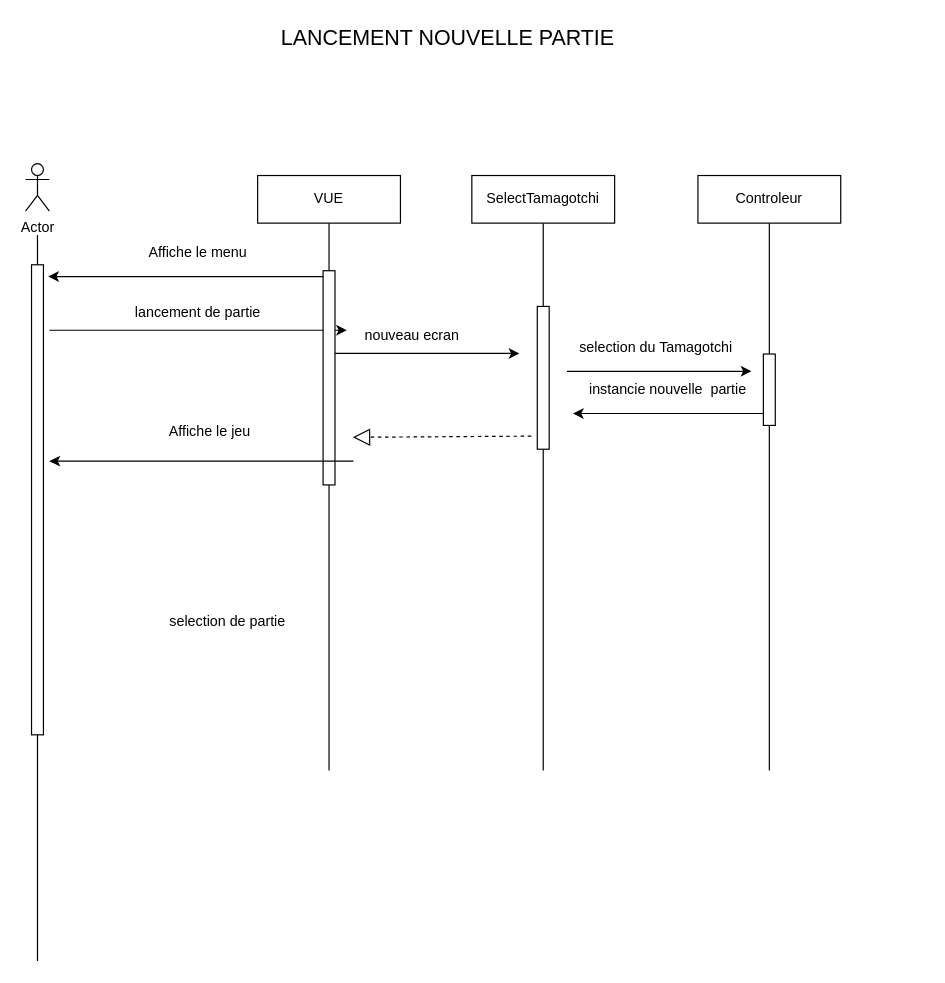
The draw.io diagram page "Page-1" (1 of 3) of DiagrammeSequence.drawio in BMaurice56/Tamagotchi, before the edit. Source tidied: cells renumbered, new cells numbered last; positions are measured from the earlier drawing's top-left corner, leaving out a move shared by most shapes. Both pictures are drawn from the tidied source at 119%, with x=0, y=0 at pixel (25, 20).
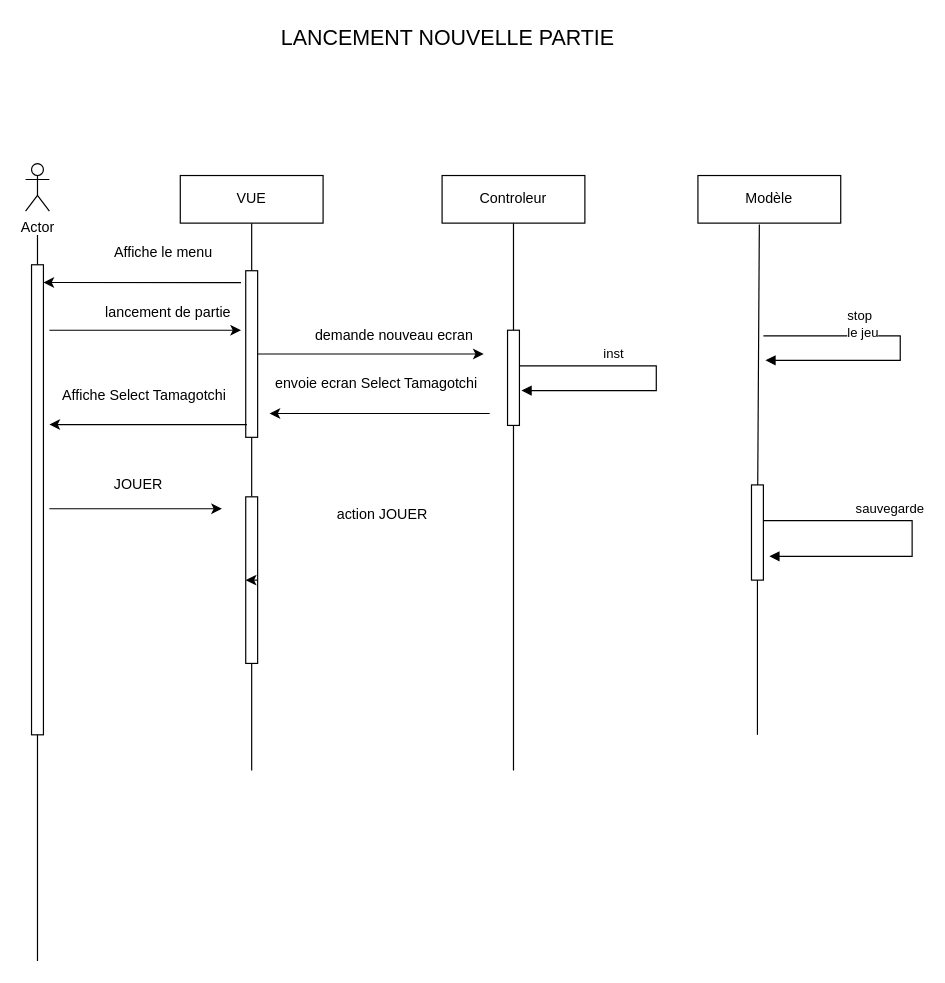
Above is the later version.

Commit message:
Mettre à jour DiagrammeSequence.drawio

The change refers to these unchanged cells:
```xml
<mxCell id="14" style="rounded=0;whiteSpace=wrap;html=1;" parent="1" vertex="1">
  <mxGeometry x="5" y="205" width="10" height="395" as="geometry" />
</mxCell>
```

The edit, as a diff of the source:
```diff
@@
     <mxCell id="4" style="endArrow=none;html=1;rounded=0;" parent="1" edge="1" source="11">
       <mxGeometry relative="1" as="geometry">
-        <mxPoint x="255" y="170" as="targetPoint" />
+        <mxPoint x="190" y="170" as="targetPoint" />
       </mxGeometry>
     </mxCell>
     <mxCell id="5" value="VUE" style="rounded=0;whiteSpace=wrap;html=1;" parent="1" vertex="1">
-      <mxGeometry x="195" y="130" width="120" height="40" as="geometry" />
+      <mxGeometry x="130" y="130" width="120" height="40" as="geometry" />
     </mxCell>
-    <mxCell id="6" style="endArrow=classic;html=1;rounded=0;" parent="1" edge="1">
+    <mxCell id="6" style="endArrow=classic;html=1;rounded=0;entryX=0.907;entryY=1;entryDx=0;entryDy=0;entryPerimeter=0;" parent="1" edge="1" target="9">
       <mxGeometry relative="1" as="geometry">
         <mxPoint x="20" y="260" as="sourcePoint" />
-        <mxPoint x="270" y="260" as="targetPoint" />
       </mxGeometry>
     </mxCell>
-    <mxCell id="7" style="endArrow=classic;html=1;rounded=0;entryX=1.4;entryY=0.025;entryDx=0;entryDy=0;entryPerimeter=0;" parent="1" edge="1" target="14">
+    <mxCell id="7" style="endArrow=classic;html=1;rounded=0;entryX=1.4;entryY=0.025;entryDx=0;entryDy=0;entryPerimeter=0;" parent="1" edge="1">
       <mxGeometry relative="1" as="geometry">
-        <mxPoint x="260" y="215" as="sourcePoint" />
+        <mxPoint x="181" y="220" as="sourcePoint" />
+        <mxPoint x="15" y="219.9" as="targetPoint" />
       </mxGeometry>
     </mxCell>
     <mxCell id="8" value="&lt;div align=&quot;center&quot;&gt;Affiche le menu&lt;br&gt;&lt;/div&gt;" style="text;html=1;strokeColor=none;fillColor=none;align=center;verticalAlign=middle;whiteSpace=wrap;rounded=0;" parent="1" vertex="1">
-      <mxGeometry x="70" y="180" width="150" height="30" as="geometry" />
+      <mxGeometry x="41" y="180" width="150" height="30" as="geometry" />
     </mxCell>
     <mxCell id="9" value="lancement de partie" style="text;html=1;strokeColor=none;fillColor=none;align=center;verticalAlign=middle;whiteSpace=wrap;rounded=0;" parent="1" vertex="1">
-      <mxGeometry x="70" y="230" width="150" height="30" as="geometry" />
+      <mxGeometry x="45" y="230" width="150" height="30" as="geometry" />
     </mxCell>
-    <mxCell id="10" style="endArrow=none;html=1;rounded=0;" parent="1" edge="1" target="11">
-      <mxGeometry relative="1" as="geometry">
-        <mxPoint x="255" y="630" as="sourcePoint" />
-      </mxGeometry>
+    <mxCell id="10" style="endArrow=none;html=1;rounded=0;" parent="1" edge="1" source="45" target="11">
+      <mxGeometry relative="1" as="geometry" />
     </mxCell>
     <mxCell id="11" style="rounded=0;whiteSpace=wrap;html=1;" parent="1" vertex="1">
-      <mxGeometry x="250" y="210" width="10" height="180" as="geometry" />
+      <mxGeometry x="185" y="210" width="10" height="140" as="geometry" />
     </mxCell>
-    <mxCell id="12" value="&lt;div align=&quot;center&quot;&gt;selection de partie&lt;/div&gt;" style="text;html=1;strokeColor=none;fillColor=none;align=center;verticalAlign=middle;whiteSpace=wrap;rounded=0;" parent="1" vertex="1">
-      <mxGeometry x="90" y="490" width="160" height="30" as="geometry" />
-    </mxCell>
@@
-    <mxCell id="15" style="endArrow=none;html=1;rounded=0;" parent="1" edge="1" source="18">
-      <mxGeometry relative="1" as="geometry">
-        <mxPoint x="435" y="170" as="targetPoint" />
-      </mxGeometry>
-    </mxCell>
-    <mxCell id="16" value="SelectTamagotchi" style="rounded=0;whiteSpace=wrap;html=1;" parent="1" vertex="1">
-      <mxGeometry x="375" y="130" width="120" height="40" as="geometry" />
-    </mxCell>
-    <mxCell id="17" style="endArrow=none;html=1;rounded=0;" parent="1" edge="1" target="18">
-      <mxGeometry relative="1" as="geometry">
-        <mxPoint x="435" y="630" as="sourcePoint" />
-      </mxGeometry>
-    </mxCell>
-    <mxCell id="18" style="rounded=0;whiteSpace=wrap;html=1;" parent="1" vertex="1">
-      <mxGeometry x="430" y="240" width="10" height="120" as="geometry" />
-    </mxCell>
     <mxCell id="19" style="endArrow=none;html=1;rounded=0;" parent="1" edge="1" source="22">
       <mxGeometry relative="1" as="geometry">
-        <mxPoint x="625" y="170" as="targetPoint" />
+        <mxPoint x="410" y="170" as="targetPoint" />
       </mxGeometry>
     </mxCell>
     <mxCell id="20" value="Controleur" style="rounded=0;whiteSpace=wrap;html=1;" parent="1" vertex="1">
-      <mxGeometry x="565" y="130" width="120" height="40" as="geometry" />
+      <mxGeometry x="350" y="130" width="120" height="40" as="geometry" />
     </mxCell>
     <mxCell id="21" style="endArrow=none;html=1;rounded=0;" parent="1" edge="1" target="22">
       <mxGeometry relative="1" as="geometry">
-        <mxPoint x="625" y="630" as="sourcePoint" />
+        <mxPoint x="410" y="630" as="sourcePoint" />
       </mxGeometry>
     </mxCell>
     <mxCell id="22" style="rounded=0;whiteSpace=wrap;html=1;" parent="1" vertex="1">
-      <mxGeometry x="620" y="280" width="10" height="60" as="geometry" />
+      <mxGeometry x="405" y="260" width="10" height="80" as="geometry" />
     </mxCell>
@@
-    <mxCell id="24" style="endArrow=classic;html=1;rounded=0;" parent="1" edge="1">
-      <mxGeometry relative="1" as="geometry">
-        <mxPoint x="260" y="279.5" as="sourcePoint" />
-        <mxPoint x="415" y="279.5" as="targetPoint" />
-      </mxGeometry>
-    </mxCell>
-    <mxCell id="25" value="selection du Tamagotchi" style="text;html=1;strokeColor=none;fillColor=none;align=center;verticalAlign=middle;whiteSpace=wrap;rounded=0;" parent="1" vertex="1">
-      <mxGeometry x="455" y="260" width="150" height="30" as="geometry" />
+    <mxCell id="25" value="demande nouveau ecran" style="text;html=1;strokeColor=none;fillColor=none;align=center;verticalAlign=middle;whiteSpace=wrap;rounded=0;" parent="1" vertex="1">
+      <mxGeometry x="235" y="250" width="150" height="30" as="geometry" />
     </mxCell>
-    <mxCell id="26" style="endArrow=classic;html=1;rounded=0;" parent="1" edge="1">
+    <mxCell id="26" style="endArrow=classic;html=1;rounded=0;fontStyle=1;" parent="1" edge="1">
       <mxGeometry relative="1" as="geometry">
-        <mxPoint x="455" y="294.5" as="sourcePoint" />
-        <mxPoint x="610" y="294.5" as="targetPoint" />
+        <mxPoint x="195" y="280" as="sourcePoint" />
+        <mxPoint x="385" y="280" as="targetPoint" />
       </mxGeometry>
     </mxCell>
-    <mxCell id="27" value="nouveau ecran" style="text;html=1;strokeColor=none;fillColor=none;align=center;verticalAlign=middle;whiteSpace=wrap;rounded=0;" parent="1" vertex="1">
-      <mxGeometry x="250" y="250" width="150" height="30" as="geometry" />
-    </mxCell>
     <mxCell id="28" style="endArrow=classic;html=1;rounded=0;" parent="1" edge="1">
       <mxGeometry relative="1" as="geometry">
-        <mxPoint x="620" y="330" as="sourcePoint" />
-        <mxPoint x="460" y="330" as="targetPoint" />
+        <mxPoint x="390" y="330" as="sourcePoint" />
+        <mxPoint x="205" y="330" as="targetPoint" />
       </mxGeometry>
     </mxCell>
-    <mxCell id="29" value="instancie nouvelle&amp;nbsp; partie" style="text;html=1;strokeColor=none;fillColor=none;align=center;verticalAlign=middle;whiteSpace=wrap;rounded=0;" parent="1" vertex="1">
-      <mxGeometry x="465" y="295" width="150" height="30" as="geometry" />
+    <mxCell id="29" value="envoie ecran Select Tamagotchi" style="text;html=1;strokeColor=none;fillColor=none;align=center;verticalAlign=middle;whiteSpace=wrap;rounded=0;" parent="1" vertex="1">
+      <mxGeometry x="205" y="290" width="180" height="30" as="geometry" />
     </mxCell>
-    <mxCell id="30" style="endArrow=block;dashed=1;endFill=0;endSize=12;html=1;rounded=0;" parent="1" edge="1">
-      <mxGeometry relative="1" as="geometry">
-        <mxPoint x="425" y="349" as="sourcePoint" />
-        <mxPoint x="275" y="350" as="targetPoint" />
-      </mxGeometry>
-    </mxCell>
-    <mxCell id="31" value="&lt;div align=&quot;center&quot;&gt;Affiche le jeu&lt;br&gt;&lt;/div&gt;" style="text;html=1;strokeColor=none;fillColor=none;align=center;verticalAlign=middle;whiteSpace=wrap;rounded=0;" parent="1" vertex="1">
-      <mxGeometry x="80" y="330" width="150" height="30" as="geometry" />
-    </mxCell>
-    <mxCell id="32" style="endArrow=classic;html=1;rounded=0;" parent="1" edge="1">
-      <mxGeometry relative="1" as="geometry">
-        <mxPoint x="275.5" y="370" as="sourcePoint" />
-        <mxPoint x="20" y="370" as="targetPoint" />
-      </mxGeometry>
-    </mxCell>
@@
+    <mxCell id="34" style="endArrow=none;html=1;rounded=0;entryX=0.43;entryY=1.03;entryDx=0;entryDy=0;entryPerimeter=0;" parent="1" edge="1" source="37" target="35">
+      <mxGeometry relative="1" as="geometry" />
+    </mxCell>
+    <mxCell id="35" value="Modèle" style="rounded=0;whiteSpace=wrap;html=1;" parent="1" vertex="1">
+      <mxGeometry x="565" y="130" width="120" height="40" as="geometry" />
+    </mxCell>
+    <mxCell id="36" style="endArrow=none;html=1;rounded=0;" parent="1" edge="1" target="37">
+      <mxGeometry relative="1" as="geometry">
+        <mxPoint x="615" y="600" as="sourcePoint" />
+      </mxGeometry>
+    </mxCell>
+    <mxCell id="37" style="rounded=0;whiteSpace=wrap;html=1;" parent="1" vertex="1">
+      <mxGeometry x="610" y="390" width="10" height="80" as="geometry" />
+    </mxCell>
+    <mxCell id="38" value="sauvegarde" style="html=1;align=left;spacingLeft=2;endArrow=block;rounded=0;edgeStyle=orthogonalEdgeStyle;curved=0;rounded=0;exitX=0.933;exitY=0.295;exitDx=0;exitDy=0;exitPerimeter=0;" parent="1" edge="1">
+      <mxGeometry x="-0.46" y="10" relative="1" as="geometry">
+        <mxPoint x="620" y="420" as="sourcePoint" />
+        <mxPoint x="625" y="450" as="targetPoint" />
+        <Array as="points">
+          <mxPoint x="745" y="420" />
+          <mxPoint x="745" y="450" />
+        </Array>
+      </mxGeometry>
+    </mxCell>
+    <mxCell id="39" value="&lt;div&gt;stop &lt;br&gt;&lt;/div&gt;&lt;div&gt;le jeu&lt;br&gt;&lt;/div&gt;" style="html=1;align=left;spacingLeft=2;endArrow=block;rounded=0;edgeStyle=orthogonalEdgeStyle;curved=0;rounded=0;entryX=1.1;entryY=0.876;entryDx=0;entryDy=0;entryPerimeter=0;exitX=1;exitY=0.25;exitDx=0;exitDy=0;" parent="1" edge="1">
+      <mxGeometry x="-0.46" y="10" relative="1" as="geometry">
+        <mxPoint x="620" y="264.7" as="sourcePoint" />
+        <mxPoint x="621.7" y="285.3" as="targetPoint" />
+        <Array as="points">
+          <mxPoint x="735" y="264.7" />
+          <mxPoint x="735" y="285.7" />
+        </Array>
+      </mxGeometry>
+    </mxCell>
+    <mxCell id="40" value="JOUER" style="text;html=1;strokeColor=none;fillColor=none;align=center;verticalAlign=middle;whiteSpace=wrap;rounded=0;" parent="1" vertex="1">
+      <mxGeometry x="25" y="380" width="140" height="20" as="geometry" />
+    </mxCell>
+    <mxCell id="41" style="endArrow=classic;html=1;rounded=0;" parent="1" edge="1">
+      <mxGeometry relative="1" as="geometry">
+        <mxPoint x="20" y="410" as="sourcePoint" />
+        <mxPoint x="165" y="410" as="targetPoint" />
+      </mxGeometry>
+    </mxCell>
+    <mxCell id="42" style="endArrow=classic;html=1;rounded=0;entryX=1.4;entryY=0.025;entryDx=0;entryDy=0;entryPerimeter=0;" parent="1" edge="1">
+      <mxGeometry relative="1" as="geometry">
+        <mxPoint x="186" y="339.4" as="sourcePoint" />
+        <mxPoint x="20" y="339.3" as="targetPoint" />
+      </mxGeometry>
+    </mxCell>
+    <mxCell id="43" value="&lt;div align=&quot;center&quot;&gt;Affiche Select Tamagotchi&lt;br&gt;&lt;/div&gt;" style="text;html=1;strokeColor=none;fillColor=none;align=center;verticalAlign=middle;whiteSpace=wrap;rounded=0;" parent="1" vertex="1">
+      <mxGeometry x="25" y="300" width="150" height="30" as="geometry" />
+    </mxCell>
+    <mxCell id="44" style="endArrow=none;html=1;rounded=0;" parent="1" edge="1" target="45">
+      <mxGeometry relative="1" as="geometry">
+        <mxPoint x="190" y="630" as="sourcePoint" />
+      </mxGeometry>
+    </mxCell>
+    <mxCell id="45" style="rounded=0;whiteSpace=wrap;html=1;" parent="1" vertex="1">
+      <mxGeometry x="185" y="400" width="10" height="140" as="geometry" />
+    </mxCell>
+    <mxCell id="46" style="edgeStyle=orthogonalEdgeStyle;rounded=0;orthogonalLoop=1;jettySize=auto;html=1;exitX=1;exitY=0.5;exitDx=0;exitDy=0;entryX=0;entryY=0.5;entryDx=0;entryDy=0;" parent="1" edge="1" source="45" target="45">
+      <mxGeometry relative="1" as="geometry" />
+    </mxCell>
+    <mxCell id="47" value="action JOUER" style="text;html=1;strokeColor=none;fillColor=none;align=center;verticalAlign=middle;whiteSpace=wrap;rounded=0;" parent="1" vertex="1">
+      <mxGeometry x="225" y="400" width="150" height="30" as="geometry" />
+    </mxCell>
+    <mxCell id="48" value="inst" style="html=1;align=left;spacingLeft=2;endArrow=block;rounded=0;edgeStyle=orthogonalEdgeStyle;curved=0;rounded=0;entryX=1.1;entryY=0.876;entryDx=0;entryDy=0;entryPerimeter=0;exitX=1;exitY=0.25;exitDx=0;exitDy=0;" parent="1" edge="1">
+      <mxGeometry x="-0.46" y="10" relative="1" as="geometry">
+        <mxPoint x="415" y="290" as="sourcePoint" />
+        <mxPoint x="416.7" y="310.7" as="targetPoint" />
+        <Array as="points">
+          <mxPoint x="530" y="290" />
+          <mxPoint x="530" y="311" />
+        </Array>
+      </mxGeometry>
+    </mxCell>
```
